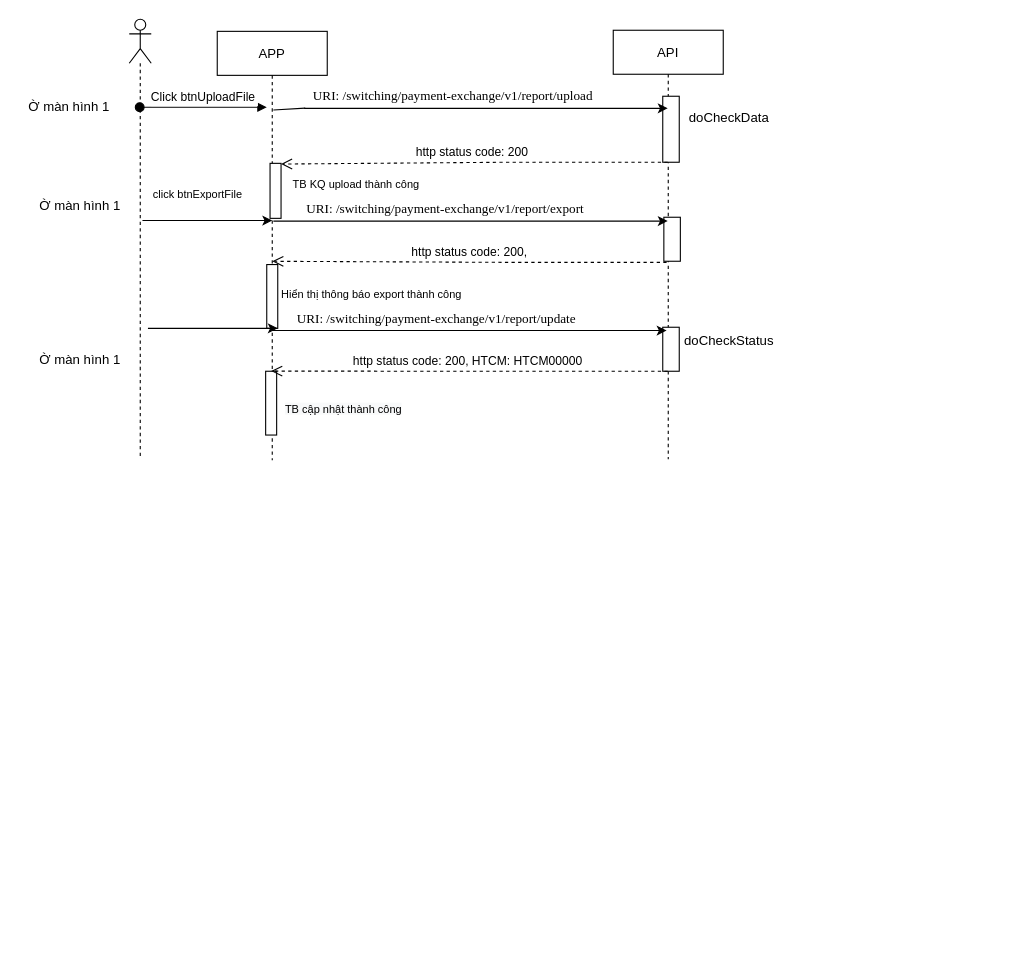
Before: page "công cụ hoàn tiền" (3 of 3) of Untitled Diagram.drawio in anhpham02/DemoGit, a draw.io diagram. Source tidied: cells renumbered, new cells numbered last; positions are measured from the earlier drawing's top-left corner, leaving out a move shared by most shapes. Both pictures are drawn from the tidied source at 110%, with x=0, y=0 at pixel (19, 19).
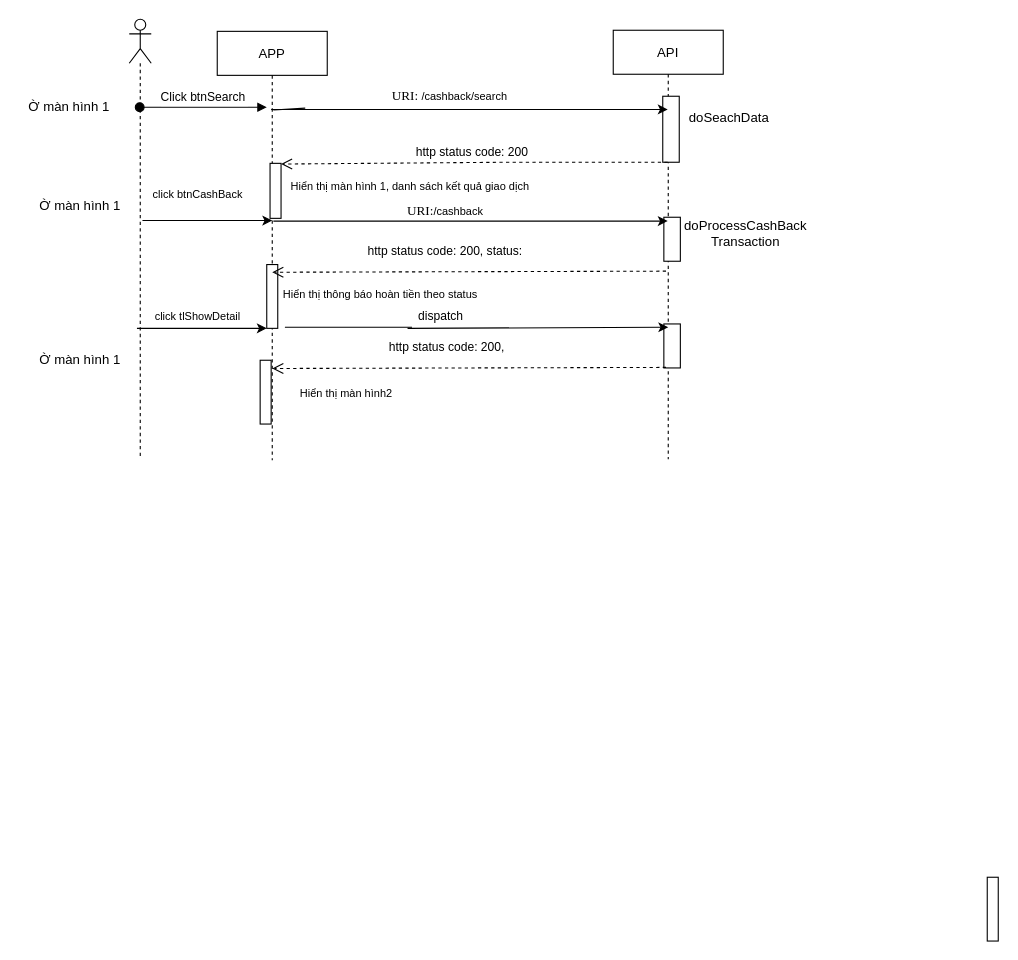
The same diagram, later.

The change refers to these unchanged cells:
```xml
<mxCell id="2" value="APP" style="shape=umlLifeline;perimeter=lifelinePerimeter;rounded=0;shadow=0;strokeWidth=1;" parent="1" vertex="1">
  <mxGeometry x="180" y="11" width="100" height="390" as="geometry" />
</mxCell>
<mxCell id="7" value="API" style="shape=umlLifeline;perimeter=lifelinePerimeter;rounded=0;shadow=0;strokeWidth=1;" parent="1" vertex="1">
  <mxGeometry x="540" y="10" width="100" height="390" as="geometry" />
</mxCell>
<mxCell id="11" style="shape=umlLifeline;participant=umlActor;perimeter=lifelinePerimeter;whiteSpace=wrap;html=1;verticalAlign=top;spacingTop=36;outlineConnect=0;" parent="1" vertex="1">
  <mxGeometry x="100" width="20" height="400" as="geometry" />
</mxCell>
```

Diff of the diagram source:
```diff
@@
-    <mxCell id="5" style="endArrow=classic;html=1;rounded=0;fontSize=10;exitX=0;exitY=1.05;exitDx=0;exitDy=0;exitPerimeter=0;" parent="2" edge="1">
-      <mxGeometry relative="1" as="geometry">
-        <mxPoint x="-63" y="270" as="sourcePoint" />
-        <mxPoint x="55" y="270" as="targetPoint" />
-      </mxGeometry>
-    </mxCell>
-    <mxCell id="6" style="perimeter=orthogonalPerimeter;rounded=0;shadow=0;strokeWidth=1;" parent="2" vertex="1">
-      <mxGeometry x="44" y="309" width="10" height="58" as="geometry" />
-    </mxCell>
+    <mxCell id="33" style="endArrow=classic;html=1;rounded=0;fontSize=10;exitX=0;exitY=1.05;exitDx=0;exitDy=0;exitPerimeter=0;" parent="2" edge="1">
+      <mxGeometry relative="1" as="geometry">
+        <mxPoint x="-73" y="270" as="sourcePoint" />
+        <mxPoint x="45" y="270" as="targetPoint" />
+      </mxGeometry>
+    </mxCell>
+    <mxCell id="34" style="perimeter=orthogonalPerimeter;rounded=0;shadow=0;strokeWidth=1;" parent="2" vertex="1">
+      <mxGeometry x="700" y="769" width="10" height="58" as="geometry" />
+    </mxCell>
+    <mxCell id="35" style="perimeter=orthogonalPerimeter;rounded=0;shadow=0;strokeWidth=1;" parent="2" vertex="1">
+      <mxGeometry x="39" y="299" width="10" height="58" as="geometry" />
+    </mxCell>
@@
-    <mxCell id="10" style="perimeter=orthogonalPerimeter;rounded=0;shadow=0;strokeWidth=1;" parent="7" vertex="1">
-      <mxGeometry x="45" y="270" width="15" height="40" as="geometry" />
-    </mxCell>
+    <mxCell id="36" style="perimeter=orthogonalPerimeter;rounded=0;shadow=0;strokeWidth=1;" parent="7" vertex="1">
+      <mxGeometry x="46" y="267" width="15" height="40" as="geometry" />
+    </mxCell>
@@
-    <mxCell id="12" value="Click btnUploadFile" style="verticalAlign=bottom;startArrow=oval;endArrow=block;startSize=8;shadow=0;strokeWidth=1;" parent="1" edge="1" source="11">
+    <mxCell id="12" value="Click btnSearch" style="verticalAlign=bottom;startArrow=oval;endArrow=block;startSize=8;shadow=0;strokeWidth=1;" parent="1" edge="1" source="11">
       <mxGeometry relative="1" as="geometry">
         <mxPoint x="225" y="80" as="targetPoint" />
         <Array as="points">
           <mxPoint x="170" y="80" />
         </Array>
       </mxGeometry>
     </mxCell>
@@
-    <mxCell id="15" value="&lt;font style=&quot;font-size: 10px;&quot;&gt;TB KQ upload thành công&lt;/font&gt;" style="text;html=1;align=center;verticalAlign=middle;strokeColor=none;fillColor=none;" parent="1" vertex="1">
-      <mxGeometry x="241" y="140" width="130" height="20" as="geometry" />
+    <mxCell id="15" value="&lt;font style=&quot;font-size: 10px;&quot;&gt;Hiển thị màn hình 1, danh sách kết quả giao dịch&lt;/font&gt;" style="text;html=1;align=center;verticalAlign=middle;strokeColor=none;fillColor=none;" parent="1" vertex="1">
+      <mxGeometry x="240" y="142" width="230" height="20" as="geometry" />
     </mxCell>
-    <mxCell id="16" value="click btnExportFile" style="text;html=1;align=center;verticalAlign=middle;strokeColor=none;fillColor=none;fontSize=10;" parent="1" vertex="1">
+    <mxCell id="16" value="click btnCashBack" style="text;html=1;align=center;verticalAlign=middle;strokeColor=none;fillColor=none;fontSize=10;" parent="1" vertex="1">
       <mxGeometry x="112" y="149" width="100" height="20" as="geometry" />
     </mxCell>
@@
-    <mxCell id="19" style="endArrow=classic;html=1;rounded=0;fontSize=10;exitX=0;exitY=1.05;exitDx=0;exitDy=0;exitPerimeter=0;startArrow=none;" parent="1" edge="1" source="22" target="7">
+    <mxCell id="19" style="endArrow=classic;html=1;rounded=0;fontSize=10;exitX=0.49;exitY=0.182;exitDx=0;exitDy=0;exitPerimeter=0;startArrow=none;" parent="1" edge="1" source="2" target="7">
       <mxGeometry relative="1" as="geometry" />
     </mxCell>
@@
-    <mxCell id="21" value="&lt;font style=&quot;font-size: 12px;&quot;&gt;&lt;span style=&quot;font-family: &amp;quot;Times New Roman&amp;quot;, serif;&quot;&gt;&lt;font style=&quot;font-size: 12px;&quot;&gt;URI:&amp;nbsp;&lt;/font&gt;&lt;/span&gt;&lt;span style=&quot;font-family: &amp;quot;Times New Roman&amp;quot;, serif;&quot;&gt;/switching/payment-exchange/v1/report/export&lt;/span&gt;&lt;/font&gt;" style="text;html=1;align=center;verticalAlign=middle;strokeColor=none;fillColor=none;fontSize=10;" parent="1" vertex="1">
-      <mxGeometry x="252" y="163" width="270" height="20" as="geometry" />
+    <mxCell id="21" value="&lt;font style=&quot;font-size: 12px;&quot;&gt;&lt;span style=&quot;font-family: &amp;quot;Times New Roman&amp;quot;, serif;&quot;&gt;URI:&lt;/span&gt;&lt;/font&gt;/cashback" style="text;html=1;align=center;verticalAlign=middle;strokeColor=none;fillColor=none;fontSize=10;" parent="1" vertex="1">
+      <mxGeometry x="347" y="164" width="80" height="20" as="geometry" />
     </mxCell>
-    <mxCell id="22" value="&lt;font style=&quot;font-size: 12px;&quot;&gt;&lt;span style=&quot;font-family: &amp;quot;Times New Roman&amp;quot;, serif;&quot;&gt;&lt;font style=&quot;font-size: 12px;&quot;&gt;URI:&amp;nbsp;&lt;/font&gt;&lt;/span&gt;&lt;span style=&quot;font-family: &amp;quot;Times New Roman&amp;quot;, serif;&quot;&gt;/switching/payment-exchange/v1/report/upload&lt;/span&gt;&lt;/font&gt;" style="text;html=1;align=center;verticalAlign=middle;points=[];strokeColor=none;fillColor=none;fontSize=10;" parent="1" vertex="1">
-      <mxGeometry x="259" y="60" width="270" height="20" as="geometry" />
+    <mxCell id="22" value="&lt;font style=&quot;font-size: 12px;&quot;&gt;&lt;span style=&quot;font-family: &amp;quot;Times New Roman&amp;quot;, serif;&quot;&gt;URI:&amp;nbsp;&lt;/span&gt;&lt;/font&gt;/cashback/search" style="text;html=1;align=center;verticalAlign=middle;points=[];strokeColor=none;fillColor=none;fontSize=10;" parent="1" vertex="1">
+      <mxGeometry x="331" y="60" width="120" height="20" as="geometry" />
     </mxCell>
@@
-    <mxCell id="24" value="http status code: 200," style="verticalAlign=bottom;endArrow=open;dashed=1;endSize=8;shadow=0;strokeWidth=1;entryX=0.5;entryY=0.536;entryDx=0;entryDy=0;entryPerimeter=0;" parent="1" edge="1" target="2">
-      <mxGeometry relative="1" as="geometry">
-        <mxPoint x="588.5" y="221" as="sourcePoint" />
-        <Array as="points">
-          <mxPoint x="439" y="221" />
-        </Array>
-      </mxGeometry>
-    </mxCell>
-    <mxCell id="25" value="&lt;span style=&quot;font-size: 10px;&quot;&gt;Hiển thị thông báo export thành công&lt;/span&gt;" style="text;html=1;align=center;verticalAlign=middle;strokeColor=none;fillColor=none;" parent="1" vertex="1">
-      <mxGeometry x="230" y="240" width="180" height="20" as="geometry" />
+    <mxCell id="25" value="&lt;span style=&quot;font-size: 10px;&quot;&gt;Hiển thị thông báo hoàn tiền theo status&lt;/span&gt;" style="text;html=1;align=center;verticalAlign=middle;strokeColor=none;fillColor=none;" parent="1" vertex="1">
+      <mxGeometry x="233" y="240" width="190" height="20" as="geometry" />
     </mxCell>
-    <mxCell id="26" value="doCheckData" style="text;html=1;align=center;verticalAlign=middle;strokeColor=none;fillColor=none;fontSize=12;fontColor=#000000;" parent="1" vertex="1">
+    <mxCell id="26" value="doSeachData" style="text;html=1;align=center;verticalAlign=middle;strokeColor=none;fillColor=none;fontSize=12;fontColor=#000000;" parent="1" vertex="1">
       <mxGeometry x="600" y="80" width="90" height="20" as="geometry" />
     </mxCell>
@@
-    <mxCell id="28" value="&lt;font style=&quot;font-size: 12px;&quot;&gt;&lt;font style=&quot;font-size: 12px;&quot;&gt;&lt;span style=&quot;font-family: &amp;quot;Times New Roman&amp;quot;, serif;&quot;&gt;&lt;font style=&quot;font-size: 12px;&quot;&gt;URI:&amp;nbsp;&lt;/font&gt;&lt;/span&gt;&lt;/font&gt;&lt;span style=&quot;font-family: &amp;quot;Times New Roman&amp;quot;, serif;&quot;&gt;/switching/payment-exchange/v1/report/update&lt;/span&gt;&lt;/font&gt;" style="text;html=1;align=center;verticalAlign=middle;strokeColor=none;fillColor=none;fontSize=10;" parent="1" vertex="1">
-      <mxGeometry x="244" y="263" width="270" height="20" as="geometry" />
-    </mxCell>
-    <mxCell id="29" style="endArrow=classic;html=1;rounded=0;fontSize=10;exitX=0;exitY=1.05;exitDx=0;exitDy=0;exitPerimeter=0;" parent="1" edge="1">
-      <mxGeometry relative="1" as="geometry">
-        <mxPoint x="230" y="283" as="sourcePoint" />
-        <mxPoint x="588.5" y="283" as="targetPoint" />
-      </mxGeometry>
-    </mxCell>
-    <mxCell id="30" value="doCheckStatus" style="text;html=1;align=center;verticalAlign=middle;strokeColor=none;fillColor=none;fontSize=12;fontColor=#000000;" parent="1" vertex="1">
-      <mxGeometry x="595" y="283" width="100" height="20" as="geometry" />
+    <mxCell id="30" value="&lt;font style=&quot;font-size: 12px;&quot;&gt;&lt;font style=&quot;font-size: 12px;&quot;&gt;doProcessCashBac&lt;/font&gt;k&lt;br&gt;Transaction&lt;/font&gt;" style="text;html=1;align=center;verticalAlign=middle;strokeColor=none;fillColor=none;fontSize=12;fontColor=#000000;" parent="1" vertex="1">
+      <mxGeometry x="595" y="180" width="130" height="30" as="geometry" />
     </mxCell>
-    <mxCell id="31" value="http status code: 200, HTCM: HTCM00000 " style="verticalAlign=bottom;endArrow=open;dashed=1;endSize=8;shadow=0;strokeWidth=1;entryX=0.49;entryY=0.792;entryDx=0;entryDy=0;entryPerimeter=0;" parent="1" edge="1" target="2">
-      <mxGeometry relative="1" as="geometry">
-        <mxPoint x="589.5" y="320" as="sourcePoint" />
-        <Array as="points">
-          <mxPoint x="440" y="320" />
-        </Array>
-      </mxGeometry>
-    </mxCell>
-    <mxCell id="32" value="&lt;span style=&quot;color: rgb(0, 0, 0); font-family: Helvetica; font-size: 10px; font-style: normal; font-variant-ligatures: normal; font-variant-caps: normal; font-weight: 400; letter-spacing: normal; orphans: 2; text-align: center; text-indent: 0px; text-transform: none; widows: 2; word-spacing: 0px; -webkit-text-stroke-width: 0px; background-color: rgb(248, 249, 250); text-decoration-thickness: initial; text-decoration-style: initial; text-decoration-color: initial; float: none; display: inline !important;&quot;&gt;TB cập nhật thành công&lt;/span&gt;" style="text;whiteSpace=wrap;html=1;fontSize=12;fontColor=#000000;" parent="1" vertex="1">
-      <mxGeometry x="240" y="340" width="190" height="30" as="geometry" />
-    </mxCell>
+    <mxCell id="37" value="http status code: 200, status: " style="verticalAlign=bottom;endArrow=open;dashed=1;endSize=8;shadow=0;strokeWidth=1;exitX=0.133;exitY=1.1;exitDx=0;exitDy=0;exitPerimeter=0;" parent="1" edge="1">
+      <mxGeometry x="0.11" y="-10" relative="1" as="geometry">
+        <mxPoint x="588" y="229" as="sourcePoint" />
+        <mxPoint x="230" y="230" as="targetPoint" />
+      </mxGeometry>
+    </mxCell>
+    <mxCell id="38" style="endArrow=classic;html=1;rounded=0;fontSize=10;exitX=0;exitY=1.05;exitDx=0;exitDy=0;exitPerimeter=0;startArrow=none;" parent="1" edge="1" source="39">
+      <mxGeometry relative="1" as="geometry">
+        <mxPoint x="590" y="280" as="targetPoint" />
+      </mxGeometry>
+    </mxCell>
+    <mxCell id="24" value="http status code: 200," style="verticalAlign=bottom;endArrow=open;dashed=1;endSize=8;shadow=0;strokeWidth=1;exitX=0.133;exitY=1.1;exitDx=0;exitDy=0;exitPerimeter=0;" parent="1" edge="1">
+      <mxGeometry x="0.11" y="-10" relative="1" as="geometry">
+        <mxPoint x="588" y="316.5" as="sourcePoint" />
+        <mxPoint x="230" y="317.5" as="targetPoint" />
+      </mxGeometry>
+    </mxCell>
+    <mxCell id="39" value="&lt;span style=&quot;font-size: 11px; background-color: rgb(255, 255, 255);&quot;&gt;dispatch&lt;/span&gt;" style="text;html=1;align=center;verticalAlign=middle;points=[];strokeColor=none;fillColor=none;fontSize=10;" parent="1" vertex="1">
+      <mxGeometry x="353" y="260" width="60" height="20" as="geometry" />
+    </mxCell>
+    <mxCell id="40" style="endArrow=none;html=1;rounded=0;fontSize=10;exitX=0;exitY=1.05;exitDx=0;exitDy=0;exitPerimeter=0;entryX=0.067;entryY=1;entryDx=0;entryDy=0;entryPerimeter=0;" parent="1" edge="1" target="39">
+      <mxGeometry relative="1" as="geometry">
+        <mxPoint x="241.5" y="280" as="sourcePoint" />
+      </mxGeometry>
+    </mxCell>
+    <mxCell id="41" value="&lt;span style=&quot;font-size: 10px;&quot;&gt;Hiển thị màn hình2&lt;/span&gt;" style="text;html=1;align=center;verticalAlign=middle;strokeColor=none;fillColor=none;" parent="1" vertex="1">
+      <mxGeometry x="247" y="330" width="100" height="20" as="geometry" />
+    </mxCell>
+    <mxCell id="42" value="click tlShowDetail" style="text;html=1;align=center;verticalAlign=middle;strokeColor=none;fillColor=none;fontSize=10;" parent="1" vertex="1">
+      <mxGeometry x="117" y="260" width="90" height="20" as="geometry" />
+    </mxCell>
```
